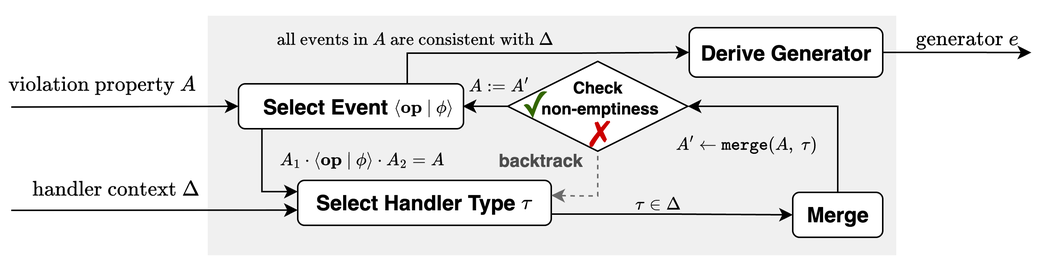
zhezhouzz/PLDI25-HAT-Planing keeps this draw.io diagram as figures/pret.drawio.png. Above is the earlier version. Source tidied: cells renumbered, new cells last; positions are measured from the earlier drawing's top-left corner, leaving out a move shared by most shapes.
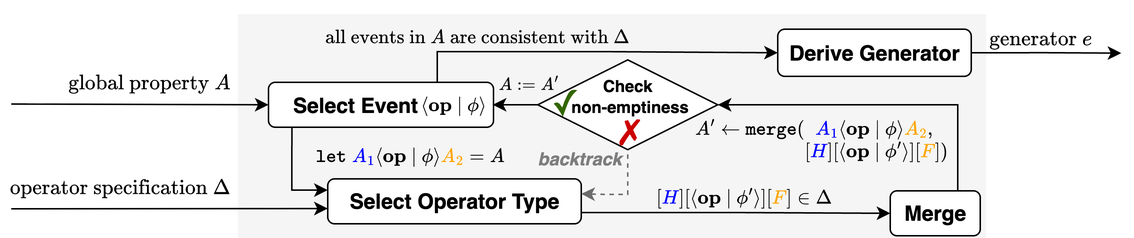
The same file after the commit.

What changed in the source:
```diff
@@ -2,14 +2,14 @@
   <root>
     <mxCell id="0" />
     <mxCell id="1" parent="0" />
-    <mxCell id="2" style="rounded=0;whiteSpace=wrap;html=1;strokeColor=none;fillColor=#F0F0F0;" parent="1" vertex="1">
-      <mxGeometry x="131" y="10" width="459" height="160" as="geometry" />
+    <mxCell id="2" style="rounded=0;whiteSpace=wrap;html=1;strokeColor=none;fillColor=light-dark(#f5f5f5, #1f1f1f);" parent="1" vertex="1">
+      <mxGeometry x="131" y="10" width="499" height="150" as="geometry" />
     </mxCell>
-    <mxCell id="3" value="$$\tau \in \Delta$$" style="text;html=1;align=center;verticalAlign=middle;whiteSpace=wrap;rounded=0;fontSize=10;" parent="1" vertex="1">
-      <mxGeometry x="351" y="120" width="160" height="30" as="geometry" />
+    <mxCell id="3" value="$$[\textcolor{blue}{H}][\langle \mathbf{op} ~|~ \phi' \rangle][\textcolor{orange}{F}] \in \Delta$$" style="text;html=1;align=center;verticalAlign=middle;whiteSpace=wrap;rounded=0;fontSize=11;" parent="1" vertex="1">
+      <mxGeometry x="389" y="117" width="160" height="30" as="geometry" />
     </mxCell>
-    <mxCell id="4" value="$$A_1 \cdot \langle \mathbf{op} ~|~ \phi \rangle&amp;nbsp;\cdot A_2 = A$$" style="text;html=1;align=center;verticalAlign=middle;whiteSpace=wrap;rounded=0;fontSize=10;" parent="1" vertex="1">
-      <mxGeometry x="181" y="91" width="105" height="30" as="geometry" />
+    <mxCell id="4" value="&lt;font style=&quot;font-size: 11px;&quot;&gt;$$\mathtt{let}\; \textcolor{blue}{A_1}&amp;nbsp; \langle \mathbf{op} ~|~ \phi \rangle&amp;nbsp; \textcolor{orange}{A_2} = A$$&lt;/font&gt;" style="text;html=1;align=center;verticalAlign=middle;whiteSpace=wrap;rounded=0;fontSize=10;" parent="1" vertex="1">
+      <mxGeometry x="185.5" y="90" width="119" height="30" as="geometry" />
     </mxCell>
     <mxCell id="5" style="edgeStyle=orthogonalEdgeStyle;rounded=0;jettySize=auto;html=1;exitX=0.104;exitY=0.97;exitDx=0;exitDy=0;entryX=0;entryY=0.25;entryDx=0;entryDy=0;exitPerimeter=0;" parent="1" edge="1" source="7" target="9">
       <mxGeometry relative="1" as="geometry" />
@@ -28,14 +28,14 @@
     <mxCell id="8" style="edgeStyle=orthogonalEdgeStyle;rounded=0;jettySize=auto;html=1;exitX=1;exitY=0.75;exitDx=0;exitDy=0;entryX=0;entryY=0.5;entryDx=0;entryDy=0;" parent="1" edge="1" source="9" target="11">
       <mxGeometry relative="1" as="geometry" />
     </mxCell>
-    <mxCell id="9" value="&lt;b&gt;&lt;font style=&quot;font-size: 14px;&quot;&gt;Select Handler Type&amp;nbsp; &amp;nbsp;&lt;/font&gt;&lt;/b&gt;" style="rounded=1;whiteSpace=wrap;html=1;" parent="1" vertex="1">
+    <mxCell id="9" value="&lt;b&gt;&lt;font style=&quot;font-size: 14px;&quot;&gt;Select Operator Type&lt;/font&gt;&lt;/b&gt;" style="rounded=1;whiteSpace=wrap;html=1;" parent="1" vertex="1">
       <mxGeometry x="191" y="120" width="169" height="30" as="geometry" />
     </mxCell>
-    <mxCell id="10" style="edgeStyle=orthogonalEdgeStyle;rounded=0;jettySize=auto;html=1;exitX=0.5;exitY=0;exitDx=0;exitDy=0;entryX=1;entryY=0.5;entryDx=0;entryDy=0;" parent="1" edge="1" source="11" target="13">
+    <mxCell id="10" style="edgeStyle=orthogonalEdgeStyle;rounded=0;jettySize=auto;html=1;exitX=0.75;exitY=0;exitDx=0;exitDy=0;entryX=1;entryY=0.5;entryDx=0;entryDy=0;" parent="1" edge="1" source="11" target="13">
       <mxGeometry relative="1" as="geometry" />
     </mxCell>
     <mxCell id="11" value="&lt;b&gt;&lt;font style=&quot;font-size: 14px;&quot;&gt;Merge&lt;/font&gt;&lt;/b&gt;" style="rounded=1;whiteSpace=wrap;html=1;" parent="1" vertex="1">
-      <mxGeometry x="521" y="128" width="60" height="30" as="geometry" />
+      <mxGeometry x="566" y="128" width="60" height="30" as="geometry" />
     </mxCell>
     <mxCell id="12" style="edgeStyle=orthogonalEdgeStyle;rounded=0;orthogonalLoop=1;jettySize=auto;html=1;exitX=0.5;exitY=1;exitDx=0;exitDy=0;dashed=1;strokeColor=#6b6b6b;" parent="1" edge="1">
       <mxGeometry relative="1" as="geometry">
@@ -50,45 +50,42 @@
     <mxCell id="13" value="&lt;b style=&quot;font-size: 11px;&quot;&gt;&lt;font style=&quot;font-size: 11px;&quot;&gt;&amp;nbsp;Check&amp;nbsp;&lt;/font&gt;&lt;/b&gt;&lt;div style=&quot;font-size: 11px;&quot;&gt;&lt;b&gt;&lt;font style=&quot;font-size: 11px;&quot;&gt;&amp;nbsp;non-emptiness&lt;/font&gt;&lt;/b&gt;&lt;/div&gt;&lt;div style=&quot;font-size: 11px;&quot;&gt;&lt;b&gt;&lt;br&gt;&lt;/b&gt;&lt;/div&gt;" style="rhombus;whiteSpace=wrap;html=1;" parent="1" vertex="1">
       <mxGeometry x="331" y="40.5" width="120" height="60" as="geometry" />
     </mxCell>
-    <mxCell id="14" value="&lt;font color=&quot;#4d4d4d&quot;&gt;&lt;b&gt;backtrack&lt;/b&gt;&lt;/font&gt;" style="text;html=1;align=center;verticalAlign=middle;whiteSpace=wrap;rounded=0;strokeColor=none;" parent="1" vertex="1">
-      <mxGeometry x="323" y="92" width="60" height="30" as="geometry" />
+    <mxCell id="14" value="&lt;font style=&quot;color: rgb(125, 125, 125);&quot;&gt;&lt;i style=&quot;&quot;&gt;backtrack&lt;/i&gt;&lt;/font&gt;" style="text;html=1;align=center;verticalAlign=middle;whiteSpace=wrap;rounded=0;strokeColor=none;fontStyle=1;" parent="1" vertex="1">
+      <mxGeometry x="329" y="92" width="60" height="30" as="geometry" />
     </mxCell>
     <mxCell id="15" style="endArrow=classic;html=1;rounded=0;entryX=0;entryY=0.5;entryDx=0;entryDy=0;" parent="1" edge="1" target="7">
       <mxGeometry relative="1" as="geometry">
-        <mxPoint y="71" as="sourcePoint" />
+        <mxPoint x="-20" y="70" as="sourcePoint" />
       </mxGeometry>
     </mxCell>
     <mxCell id="16" style="endArrow=classic;html=1;rounded=0;" parent="1" edge="1">
       <mxGeometry relative="1" as="geometry">
-        <mxPoint y="140" as="sourcePoint" />
+        <mxPoint x="-20" y="140" as="sourcePoint" />
         <mxPoint x="191" y="139.8" as="targetPoint" />
       </mxGeometry>
     </mxCell>
-    <mxCell id="17" value="&lt;span style=&quot;color: rgb(0, 0, 0); font-family: Helvetica; font-style: normal; font-variant-ligatures: normal; font-variant-caps: normal; font-weight: 400; letter-spacing: normal; orphans: 2; text-align: center; text-indent: 0px; text-transform: none; widows: 2; word-spacing: 0px; -webkit-text-stroke-width: 0px; white-space: normal; background-color: rgb(251, 251, 251); text-decoration-thickness: initial; text-decoration-style: initial; text-decoration-color: initial; float: none; display: inline !important;&quot;&gt;&lt;font style=&quot;font-size: 10px;&quot;&gt;$$\text{ all events in } A \text{ are consistent with }\Delta$$&lt;/font&gt;&lt;/span&gt;" style="text;whiteSpace=wrap;html=1;fontSize=11;" parent="1" vertex="1">
-      <mxGeometry x="171.5" y="2" width="260" height="24" as="geometry" />
+    <mxCell id="17" value="&lt;span style=&quot;color: rgb(0, 0, 0); font-family: Helvetica; font-style: normal; font-variant-ligatures: normal; font-variant-caps: normal; font-weight: 400; letter-spacing: normal; orphans: 2; text-align: center; text-indent: 0px; text-transform: none; widows: 2; word-spacing: 0px; -webkit-text-stroke-width: 0px; white-space: normal; background-color: rgb(251, 251, 251); text-decoration-thickness: initial; text-decoration-style: initial; text-decoration-color: initial; float: none; display: inline !important;&quot;&gt;&lt;font&gt;$$\text{ all events in } A \text{ are consistent with }\Delta$$&lt;/font&gt;&lt;/span&gt;" style="text;whiteSpace=wrap;html=1;fontSize=11;" parent="1" vertex="1">
+      <mxGeometry x="183.5" y="1" width="260" height="24" as="geometry" />
     </mxCell>
     <mxCell id="18" style="edgeStyle=orthogonalEdgeStyle;rounded=0;jettySize=auto;html=1;exitX=1;exitY=0.5;exitDx=0;exitDy=0;" parent="1" edge="1" source="19">
       <mxGeometry relative="1" as="geometry">
-        <mxPoint x="680" y="34.6" as="targetPoint" />
+        <mxPoint x="720" y="36" as="targetPoint" />
       </mxGeometry>
     </mxCell>
     <mxCell id="19" value="&lt;b&gt;&lt;font style=&quot;font-size: 14px;&quot;&gt;Derive Generator&lt;/font&gt;&lt;/b&gt;" style="rounded=1;whiteSpace=wrap;html=1;" parent="1" vertex="1">
-      <mxGeometry x="452" y="18" width="129" height="33" as="geometry" />
+      <mxGeometry x="491" y="20" width="129" height="31.5" as="geometry" />
     </mxCell>
-    <mxCell id="20" value="&lt;span style=&quot;color: rgb(0, 0, 0); font-family: Helvetica; font-style: normal; font-variant-ligatures: normal; font-variant-caps: normal; font-weight: 400; letter-spacing: normal; orphans: 2; text-align: center; text-indent: 0px; text-transform: none; widows: 2; word-spacing: 0px; -webkit-text-stroke-width: 0px; white-space: normal; background-color: rgb(251, 251, 251); text-decoration-thickness: initial; text-decoration-style: initial; text-decoration-color: initial; float: none; display: inline !important;&quot;&gt;&lt;font style=&quot;font-size: 12px;&quot;&gt;$$\text{generator } e$$&lt;/font&gt;&lt;/span&gt;" style="text;whiteSpace=wrap;html=1;" parent="1" vertex="1">
-      <mxGeometry x="601" width="79" height="8" as="geometry" />
-    </mxCell>
-    <mxCell id="21" value="$$A' \leftarrow \mathtt{merge}(A,\; \tau)$$" style="text;html=1;align=center;verticalAlign=middle;whiteSpace=wrap;rounded=0;fontSize=10;" parent="1" vertex="1">
-      <mxGeometry x="420" y="81" width="140" height="30" as="geometry" />
+    <mxCell id="21" value="$$A' \leftarrow \mathtt{merge}(\;\; \textcolor{blue}{A_1}&amp;nbsp; \langle \mathbf{op} ~|~ \phi \rangle&amp;nbsp; \textcolor{orange}{A_2},$$" style="text;html=1;align=center;verticalAlign=middle;whiteSpace=wrap;rounded=0;fontSize=11;" parent="1" vertex="1">
+      <mxGeometry x="444.5" y="71" width="140" height="30" as="geometry" />
     </mxCell>
     <mxCell id="22" value="&lt;h1 style=&quot;box-sizing: border-box; margin: 0px 0px 40px; font-weight: 400; line-height: 56px; letter-spacing: -0.105rem; max-width: 737px; font-family: &amp;quot;Helvetica Neue&amp;quot;, &amp;quot;Vitesco W05 Roman&amp;quot;, Helvetica, Arial, sans-serif; text-align: start;&quot; id=&quot;symbol-title&quot; class=&quot;symbol-main__title&quot;&gt;&lt;span style=&quot;font-family: sans-serif;&quot;&gt;&lt;font color=&quot;#cc0000&quot; style=&quot;font-size: 24px;&quot;&gt;✗&lt;/font&gt;&lt;/span&gt;&lt;/h1&gt;" style="text;html=1;align=center;verticalAlign=middle;whiteSpace=wrap;rounded=0;" parent="1" vertex="1">
       <mxGeometry x="373.5" y="97" width="35" height="20" as="geometry" />
     </mxCell>
-    <mxCell id="23" value="$$\text{handler context } \Delta $$" style="text;html=1;align=center;verticalAlign=middle;whiteSpace=wrap;rounded=0;" parent="1" vertex="1">
-      <mxGeometry y="111" width="140" height="30" as="geometry" />
+    <mxCell id="23" value="$$\text{operator specification } \Delta $$" style="text;html=1;align=center;verticalAlign=middle;whiteSpace=wrap;rounded=0;" parent="1" vertex="1">
+      <mxGeometry x="-17" y="111" width="140" height="30" as="geometry" />
     </mxCell>
-    <mxCell id="24" value="$$\text{violation property } A$$" style="text;html=1;align=center;verticalAlign=middle;whiteSpace=wrap;rounded=0;" parent="1" vertex="1">
-      <mxGeometry x="36" y="40.5" width="50" height="30" as="geometry" />
+    <mxCell id="24" value="$$\text{global property } A$$" style="text;html=1;align=center;verticalAlign=middle;whiteSpace=wrap;rounded=0;" parent="1" vertex="1">
+      <mxGeometry x="4" y="40.5" width="136" height="30" as="geometry" />
     </mxCell>
     <mxCell id="25" style="edgeStyle=orthogonalEdgeStyle;rounded=0;jettySize=auto;html=1;exitX=0;exitY=0.5;exitDx=0;exitDy=0;" parent="1" edge="1" source="13">
       <mxGeometry relative="1" as="geometry">
@@ -98,17 +95,23 @@
     <mxCell id="26" value="&lt;span style=&quot;font-family: &amp;quot;Source Sans Pro&amp;quot;, Roboto, &amp;quot;San Francisco&amp;quot;, &amp;quot;Segoe UI&amp;quot;, sans-serif; text-wrap: wrap; font-size: 24px;&quot;&gt;&lt;font color=&quot;#336600&quot; style=&quot;font-size: 24px;&quot;&gt;✓&lt;/font&gt;&lt;/span&gt;" style="text;html=1;align=center;verticalAlign=middle;strokeColor=none;fillColor=none;fontSize=24;" parent="1" vertex="1">
       <mxGeometry x="329" y="50" width="40" height="40" as="geometry" />
     </mxCell>
-    <mxCell id="27" style="edgeStyle=orthogonalEdgeStyle;rounded=0;orthogonalLoop=1;jettySize=auto;html=1;exitX=0.5;exitY=1;exitDx=0;exitDy=0;" parent="1" edge="1" source="20" target="20">
-      <mxGeometry relative="1" as="geometry" />
+    <mxCell id="27" style="edgeStyle=orthogonalEdgeStyle;rounded=0;orthogonalLoop=1;jettySize=auto;html=1;exitX=0.5;exitY=1;exitDx=0;exitDy=0;" parent="1" edge="1">
+      <mxGeometry relative="1" as="geometry">
+        <mxPoint x="699.5" y="55.8" as="sourcePoint" />
+        <mxPoint x="699.5" y="55.8" as="targetPoint" />
+      </mxGeometry>
     </mxCell>
     <mxCell id="28" value="&lt;font style=&quot;font-size: 10px;&quot;&gt;$$A := A'$$&lt;/font&gt;" style="text;html=1;align=center;verticalAlign=middle;strokeColor=none;fillColor=none;" parent="1" vertex="1">
       <mxGeometry x="290" y="40.5" width="70" height="30" as="geometry" />
     </mxCell>
-    <mxCell id="29" value="&lt;font style=&quot;font-size: 10px;&quot;&gt;$$\langle \mathbf{op}~|~ \phi \rangle$$&lt;/font&gt;" style="text;html=1;align=center;verticalAlign=middle;whiteSpace=wrap;rounded=0;" parent="1" vertex="1">
+    <mxCell id="29" value="&lt;font style=&quot;font-size: 11px;&quot;&gt;$$\langle \mathbf{op}~|~ \phi \rangle$$&lt;/font&gt;" style="text;html=1;align=center;verticalAlign=middle;whiteSpace=wrap;rounded=0;" parent="1" vertex="1">
       <mxGeometry x="244.5" y="55.5" width="60" height="30" as="geometry" />
     </mxCell>
-    <mxCell id="30" value="$$\tau$$" style="text;html=1;align=center;verticalAlign=middle;whiteSpace=wrap;rounded=0;" parent="1" vertex="1">
-      <mxGeometry x="313.5" y="120" width="60" height="30" as="geometry" />
-    </mxCell>
+    <mxCell id="31" value="$$[\textcolor{blue}{H}][\langle \mathbf{op} ~|~ \phi' \rangle][\textcolor{orange}{F}])$$" style="text;html=1;align=center;verticalAlign=middle;whiteSpace=wrap;rounded=0;fontSize=11;" parent="1" vertex="1">
+      <mxGeometry x="487" y="86" width="140" height="30" as="geometry" />
+    </mxCell>
+    <mxCell id="20" value="&lt;span style=&quot;color: rgb(0, 0, 0); font-family: Helvetica; font-style: normal; font-variant-ligatures: normal; font-variant-caps: normal; font-weight: 400; letter-spacing: normal; orphans: 2; text-align: center; text-indent: 0px; text-transform: none; widows: 2; word-spacing: 0px; -webkit-text-stroke-width: 0px; white-space: normal; background-color: rgb(251, 251, 251); text-decoration-thickness: initial; text-decoration-style: initial; text-decoration-color: initial; float: none; display: inline !important;&quot;&gt;&lt;font style=&quot;font-size: 12px;&quot;&gt;$$\text{generator } e$$&lt;/font&gt;&lt;/span&gt;" style="text;whiteSpace=wrap;html=1;" parent="1" vertex="1">
+      <mxGeometry x="630" y="1" width="79" height="40" as="geometry" />
+    </mxCell>
   </root>
 </mxGraphModel>
```
